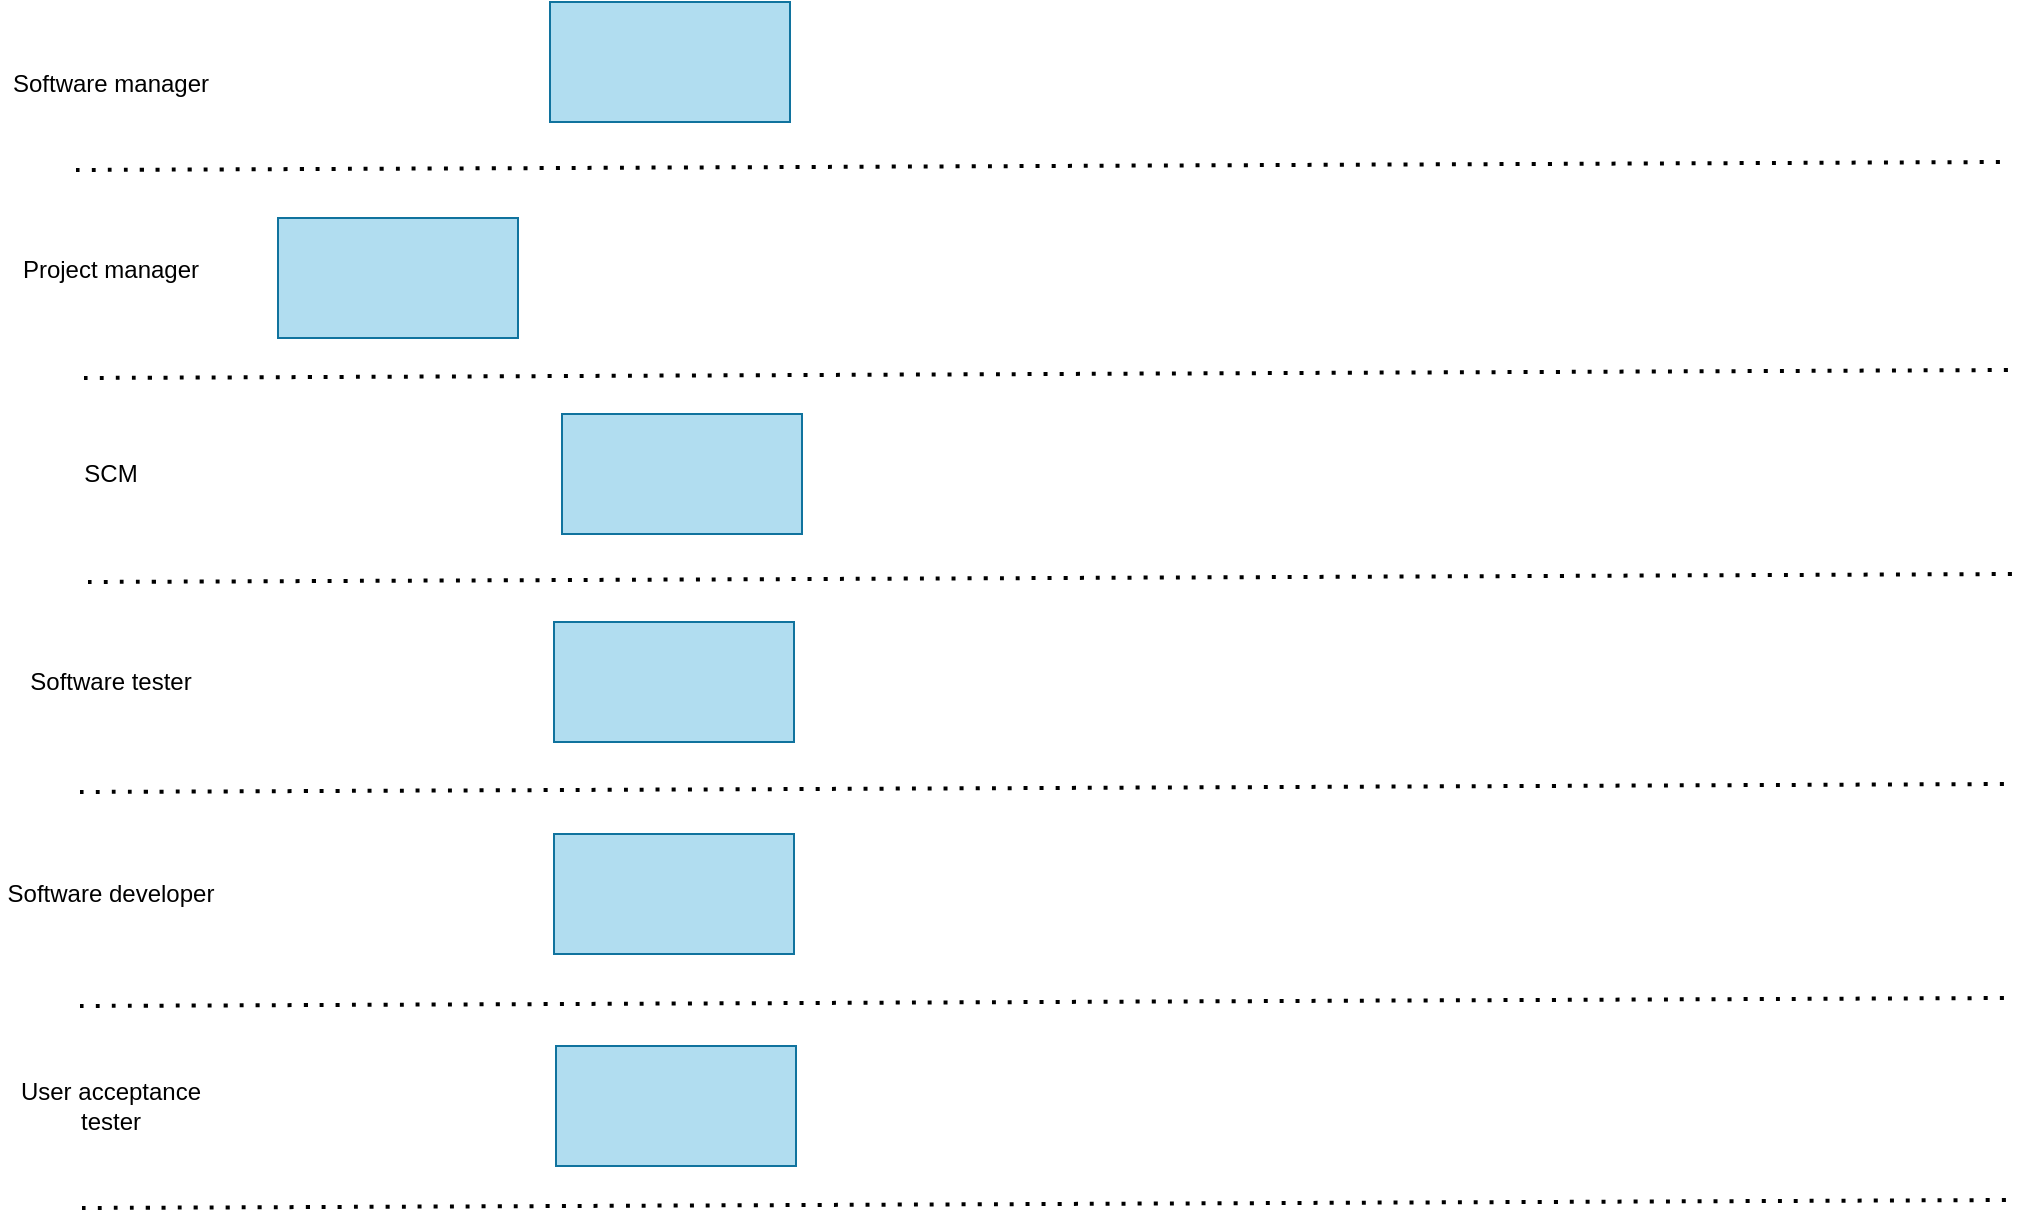
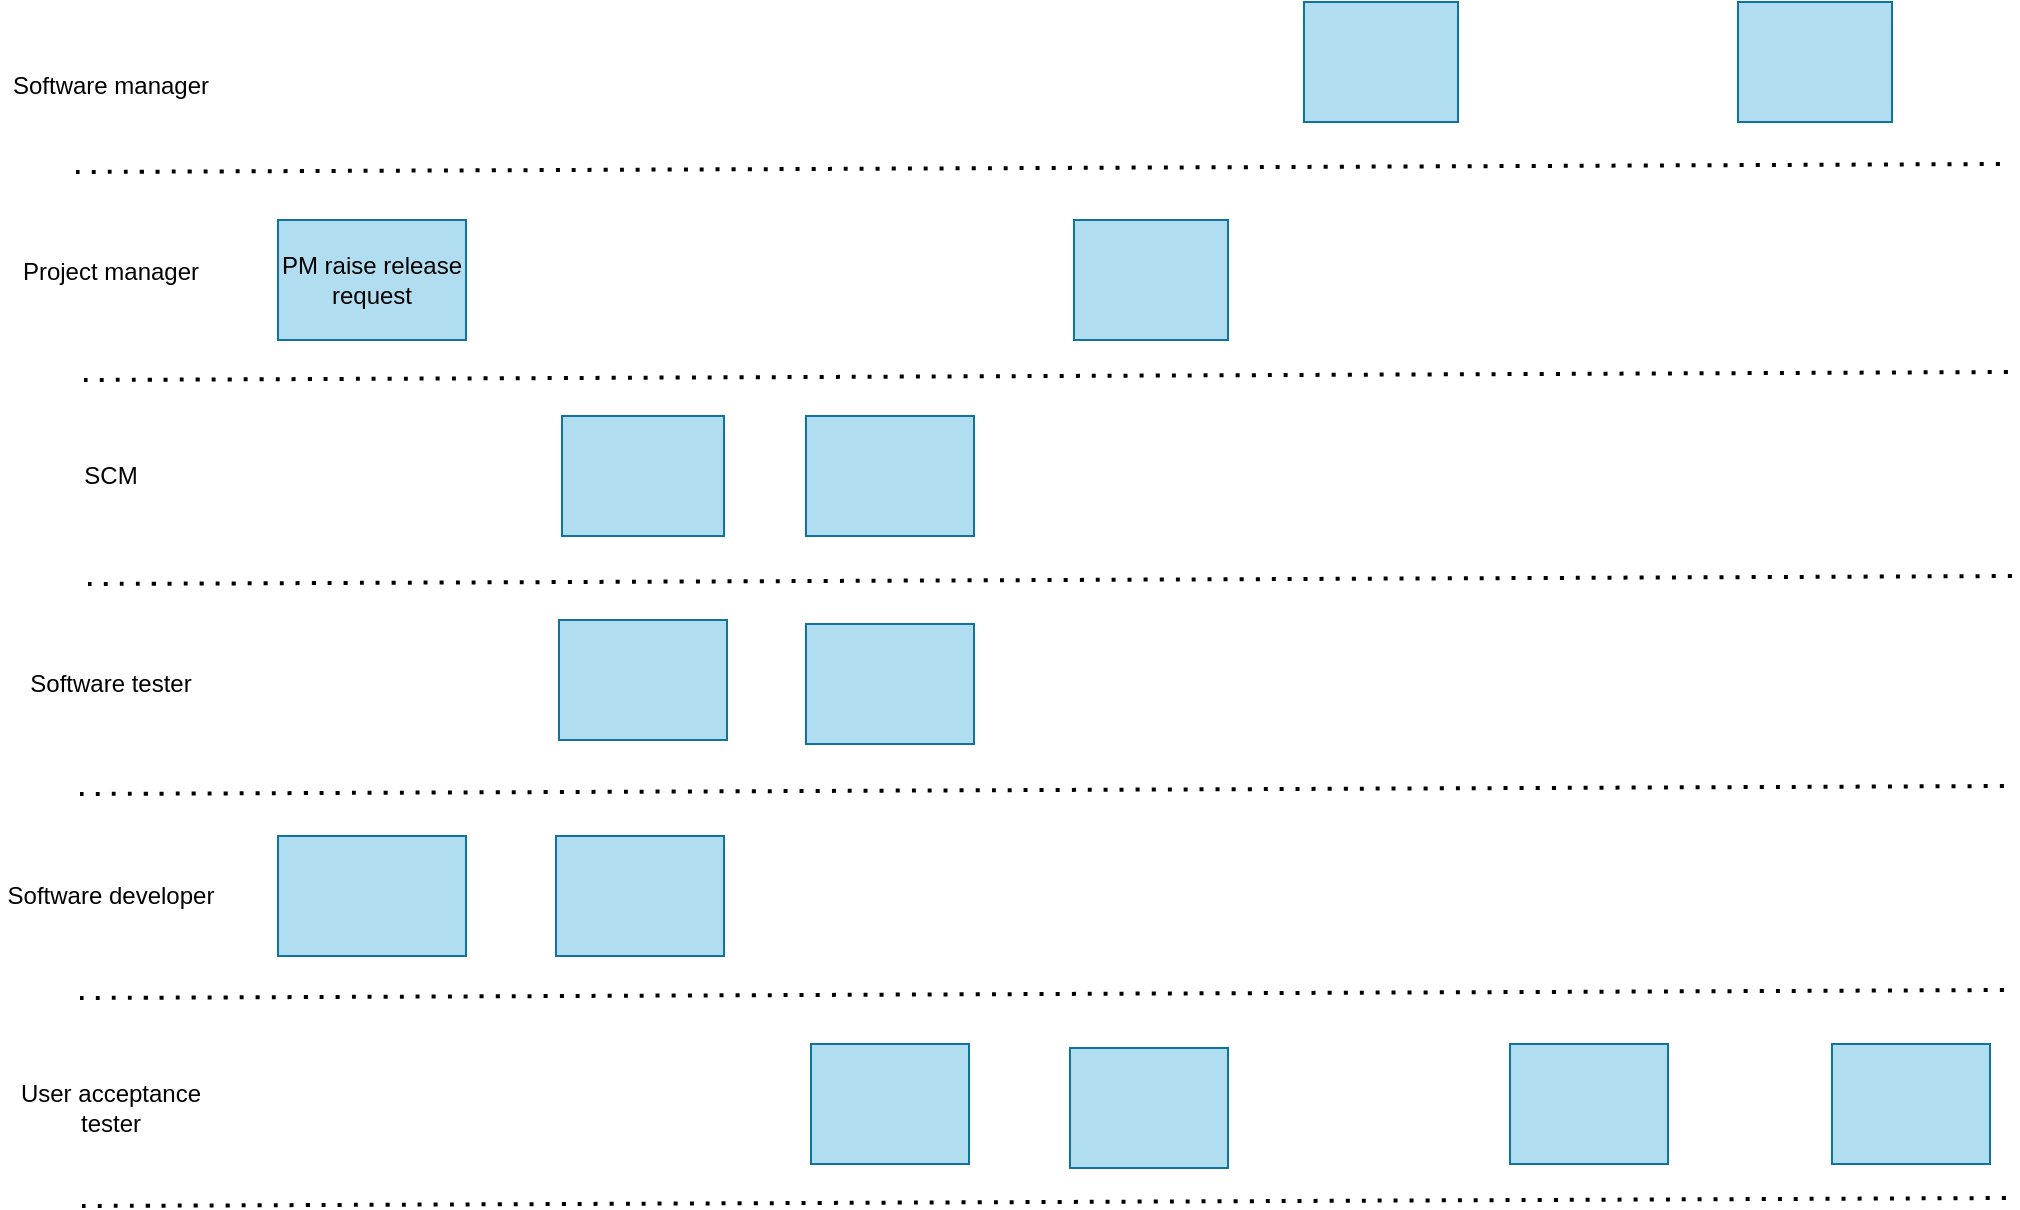
<mxfile host="app.diagrams.net">
  <diagram name="Page-1" id="fTPwgdbc9iwTcl-xMIqn">
    <mxGraphModel dx="3014" dy="1651" grid="0" gridSize="10" guides="1" tooltips="1" connect="1" arrows="1" fold="1" page="0" pageScale="1" pageWidth="827" pageHeight="1169" math="0" shadow="0">
      <root>
        <mxCell id="0" />
        <mxCell id="1" parent="0" />
        <mxCell id="DVGrybJIp1oMZ7pIrlnc-1" parent="1" style="rounded=0;whiteSpace=wrap;html=1;fillColor=#b1ddf0;strokeColor=#10739e;" value="" vertex="1">
-           <mxGeometry height="60" width="120" x="-980" y="-686" as="geometry" />
+           <mxGeometry height="60" width="77" x="-603" y="-687" as="geometry" />
        </mxCell>
        <mxCell id="DVGrybJIp1oMZ7pIrlnc-4" edge="1" parent="1" style="endArrow=none;dashed=1;html=1;dashPattern=1 3;strokeWidth=2;rounded=0;fontSize=12;startSize=8;endSize=8;curved=1;" value="">
          <mxGeometry height="50" relative="1" width="50" as="geometry">
            <mxPoint x="-1217" y="-602" as="sourcePoint" />
            <mxPoint x="-253" y="-606" as="targetPoint" />
          </mxGeometry>
        </mxCell>
-         <mxCell id="DVGrybJIp1oMZ7pIrlnc-6" parent="1" style="rounded=0;whiteSpace=wrap;html=1;fillColor=#b1ddf0;strokeColor=#10739e;" value="" vertex="1">
-           <mxGeometry height="60" width="120" x="-1116" y="-578" as="geometry" />
+         <mxCell id="DVGrybJIp1oMZ7pIrlnc-6" parent="1" style="rounded=0;whiteSpace=wrap;html=1;fillColor=#b1ddf0;strokeColor=#10739e;" value="PM raise release request" vertex="1">
+           <mxGeometry height="60" width="94" x="-1116" y="-578" as="geometry" />
        </mxCell>
        <mxCell id="DVGrybJIp1oMZ7pIrlnc-7" edge="1" parent="1" style="endArrow=none;dashed=1;html=1;dashPattern=1 3;strokeWidth=2;rounded=0;fontSize=12;startSize=8;endSize=8;curved=1;" value="">
          <mxGeometry height="50" relative="1" width="50" as="geometry">
            <mxPoint x="-1213" y="-498" as="sourcePoint" />
            <mxPoint x="-249" y="-502" as="targetPoint" />
          </mxGeometry>
        </mxCell>
        <mxCell id="DVGrybJIp1oMZ7pIrlnc-8" parent="1" style="rounded=0;whiteSpace=wrap;html=1;fillColor=#b1ddf0;strokeColor=#10739e;" value="" vertex="1">
-           <mxGeometry height="60" width="120" x="-974" y="-480" as="geometry" />
+           <mxGeometry height="60" width="81" x="-974" y="-480" as="geometry" />
        </mxCell>
        <mxCell id="DVGrybJIp1oMZ7pIrlnc-9" edge="1" parent="1" style="endArrow=none;dashed=1;html=1;dashPattern=1 3;strokeWidth=2;rounded=0;fontSize=12;startSize=8;endSize=8;curved=1;" value="">
          <mxGeometry height="50" relative="1" width="50" as="geometry">
            <mxPoint x="-1211" y="-396" as="sourcePoint" />
            <mxPoint x="-247" y="-400" as="targetPoint" />
          </mxGeometry>
        </mxCell>
        <mxCell id="DVGrybJIp1oMZ7pIrlnc-10" parent="1" style="rounded=0;whiteSpace=wrap;html=1;fillColor=#b1ddf0;strokeColor=#10739e;" value="" vertex="1">
-           <mxGeometry height="60" width="120" x="-978" y="-376" as="geometry" />
+           <mxGeometry height="60" width="84" x="-975.5" y="-378" as="geometry" />
        </mxCell>
        <mxCell id="DVGrybJIp1oMZ7pIrlnc-11" edge="1" parent="1" style="endArrow=none;dashed=1;html=1;dashPattern=1 3;strokeWidth=2;rounded=0;fontSize=12;startSize=8;endSize=8;curved=1;" value="">
          <mxGeometry height="50" relative="1" width="50" as="geometry">
            <mxPoint x="-1215" y="-291" as="sourcePoint" />
            <mxPoint x="-251" y="-295" as="targetPoint" />
          </mxGeometry>
        </mxCell>
        <mxCell id="DVGrybJIp1oMZ7pIrlnc-12" parent="1" style="rounded=0;whiteSpace=wrap;html=1;fillColor=#b1ddf0;strokeColor=#10739e;" value="" vertex="1">
-           <mxGeometry height="60" width="120" x="-978" y="-270" as="geometry" />
+           <mxGeometry height="60" width="94" x="-1116" y="-270" as="geometry" />
        </mxCell>
        <mxCell id="DVGrybJIp1oMZ7pIrlnc-13" edge="1" parent="1" style="endArrow=none;dashed=1;html=1;dashPattern=1 3;strokeWidth=2;rounded=0;fontSize=12;startSize=8;endSize=8;curved=1;" value="">
          <mxGeometry height="50" relative="1" width="50" as="geometry">
-             <mxPoint x="-1215" y="-184" as="sourcePoint" />
-             <mxPoint x="-251" y="-188" as="targetPoint" />
+             <mxPoint x="-1215" y="-189" as="sourcePoint" />
+             <mxPoint x="-251" y="-193" as="targetPoint" />
          </mxGeometry>
        </mxCell>
        <mxCell id="DVGrybJIp1oMZ7pIrlnc-14" parent="1" style="text;html=1;whiteSpace=wrap;strokeColor=none;fillColor=none;align=center;verticalAlign=middle;rounded=0;" value="Software manager" vertex="1">
          <mxGeometry height="30" width="111" x="-1255" y="-660" as="geometry" />
        </mxCell>
        <mxCell id="DVGrybJIp1oMZ7pIrlnc-15" parent="1" style="text;html=1;whiteSpace=wrap;strokeColor=none;fillColor=none;align=center;verticalAlign=middle;rounded=0;" value="Project manager" vertex="1">
          <mxGeometry height="30" width="111" x="-1255" y="-567" as="geometry" />
        </mxCell>
        <mxCell id="DVGrybJIp1oMZ7pIrlnc-16" parent="1" style="text;html=1;whiteSpace=wrap;strokeColor=none;fillColor=none;align=center;verticalAlign=middle;rounded=0;" value="SCM" vertex="1">
          <mxGeometry height="30" width="111" x="-1255" y="-465" as="geometry" />
        </mxCell>
        <mxCell id="DVGrybJIp1oMZ7pIrlnc-17" parent="1" style="text;html=1;whiteSpace=wrap;strokeColor=none;fillColor=none;align=center;verticalAlign=middle;rounded=0;" value="Software tester" vertex="1">
          <mxGeometry height="30" width="111" x="-1255" y="-361" as="geometry" />
        </mxCell>
        <mxCell id="DVGrybJIp1oMZ7pIrlnc-18" parent="1" style="text;html=1;whiteSpace=wrap;strokeColor=none;fillColor=none;align=center;verticalAlign=middle;rounded=0;" value="Software developer" vertex="1">
          <mxGeometry height="30" width="111" x="-1255" y="-255" as="geometry" />
        </mxCell>
        <mxCell id="DVGrybJIp1oMZ7pIrlnc-19" parent="1" style="rounded=0;whiteSpace=wrap;html=1;fillColor=#b1ddf0;strokeColor=#10739e;" value="" vertex="1">
-           <mxGeometry height="60" width="120" x="-977" y="-164" as="geometry" />
+           <mxGeometry height="60" width="79" x="-849.5" y="-166" as="geometry" />
        </mxCell>
        <mxCell id="DVGrybJIp1oMZ7pIrlnc-20" edge="1" parent="1" style="endArrow=none;dashed=1;html=1;dashPattern=1 3;strokeWidth=2;rounded=0;fontSize=12;startSize=8;endSize=8;curved=1;" value="">
          <mxGeometry height="50" relative="1" width="50" as="geometry">
-             <mxPoint x="-1214" y="-83" as="sourcePoint" />
-             <mxPoint x="-250" y="-87" as="targetPoint" />
+             <mxPoint x="-1214" y="-85" as="sourcePoint" />
+             <mxPoint x="-250" y="-89" as="targetPoint" />
          </mxGeometry>
        </mxCell>
        <mxCell id="DVGrybJIp1oMZ7pIrlnc-21" parent="1" style="text;html=1;whiteSpace=wrap;strokeColor=none;fillColor=none;align=center;verticalAlign=middle;rounded=0;" value="User acceptance tester" vertex="1">
          <mxGeometry height="30" width="111" x="-1255" y="-149" as="geometry" />
        </mxCell>
+         <mxCell id="DVGrybJIp1oMZ7pIrlnc-22" parent="1" style="rounded=0;whiteSpace=wrap;html=1;fillColor=#b1ddf0;strokeColor=#10739e;" value="" vertex="1">
+           <mxGeometry height="60" width="77" x="-386" y="-687" as="geometry" />
+         </mxCell>
+         <mxCell id="DVGrybJIp1oMZ7pIrlnc-23" parent="1" style="rounded=0;whiteSpace=wrap;html=1;fillColor=#b1ddf0;strokeColor=#10739e;" value="" vertex="1">
+           <mxGeometry height="60" width="77" x="-718" y="-578" as="geometry" />
+         </mxCell>
+         <mxCell id="DVGrybJIp1oMZ7pIrlnc-24" parent="1" style="rounded=0;whiteSpace=wrap;html=1;fillColor=#b1ddf0;strokeColor=#10739e;" value="" vertex="1">
+           <mxGeometry height="60" width="84" x="-852" y="-376" as="geometry" />
+         </mxCell>
+         <mxCell id="DVGrybJIp1oMZ7pIrlnc-25" parent="1" style="rounded=0;whiteSpace=wrap;html=1;fillColor=#b1ddf0;strokeColor=#10739e;" value="" vertex="1">
+           <mxGeometry height="60" width="84" x="-852" y="-480" as="geometry" />
+         </mxCell>
+         <mxCell id="DVGrybJIp1oMZ7pIrlnc-26" parent="1" style="rounded=0;whiteSpace=wrap;html=1;fillColor=#b1ddf0;strokeColor=#10739e;" value="" vertex="1">
+           <mxGeometry height="60" width="84" x="-977" y="-270" as="geometry" />
+         </mxCell>
+         <mxCell id="DVGrybJIp1oMZ7pIrlnc-27" parent="1" style="rounded=0;whiteSpace=wrap;html=1;fillColor=#b1ddf0;strokeColor=#10739e;" value="" vertex="1">
+           <mxGeometry height="60" width="79" x="-720" y="-164" as="geometry" />
+         </mxCell>
+         <mxCell id="DVGrybJIp1oMZ7pIrlnc-28" parent="1" style="rounded=0;whiteSpace=wrap;html=1;fillColor=#b1ddf0;strokeColor=#10739e;" value="" vertex="1">
+           <mxGeometry height="60" width="79" x="-500" y="-166" as="geometry" />
+         </mxCell>
+         <mxCell id="DVGrybJIp1oMZ7pIrlnc-29" parent="1" style="rounded=0;whiteSpace=wrap;html=1;fillColor=#b1ddf0;strokeColor=#10739e;" value="" vertex="1">
+           <mxGeometry height="60" width="79" x="-339" y="-166" as="geometry" />
+         </mxCell>
      </root>
    </mxGraphModel>
  </diagram>
</mxfile>
